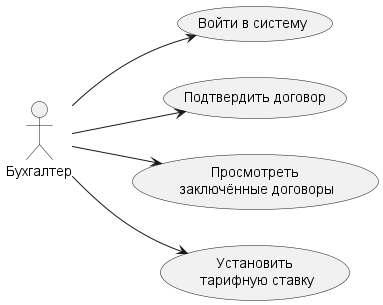
MiFit1/OSOGO keeps this PlantUML diagram as out/Resource/Диаграммы вариантов использования/Accountant.png. Above is the earlier version. Its diagram source:
```plantuml
@startuml

left to right direction

actor "Бухгалтер" as fc

usecase "Войти в систему" as UC1
usecase "Подтвердить договор" as UC2
usecase "Просмотреть\n заключённые договоры" as UC3
usecase "Установить\n тарифную ставку" as UC4

fc --> UC1
fc --> UC2
fc --> UC3
fc --> UC4

@enduml
```
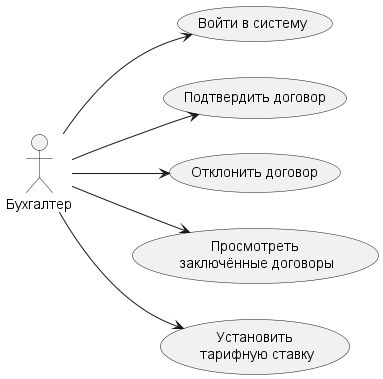
Later version of the same file.

The edit, as a diff of the source:
```diff
@@ -6,11 +6,13 @@
 
 usecase "Войти в систему" as UC1
 usecase "Подтвердить договор" as UC2
+usecase "Отклонить договор" as UC5
 usecase "Просмотреть\n заключённые договоры" as UC3
 usecase "Установить\n тарифную ставку" as UC4
 
 fc --> UC1
 fc --> UC2
+fc --> UC5
 fc --> UC3
 fc --> UC4
 
```
